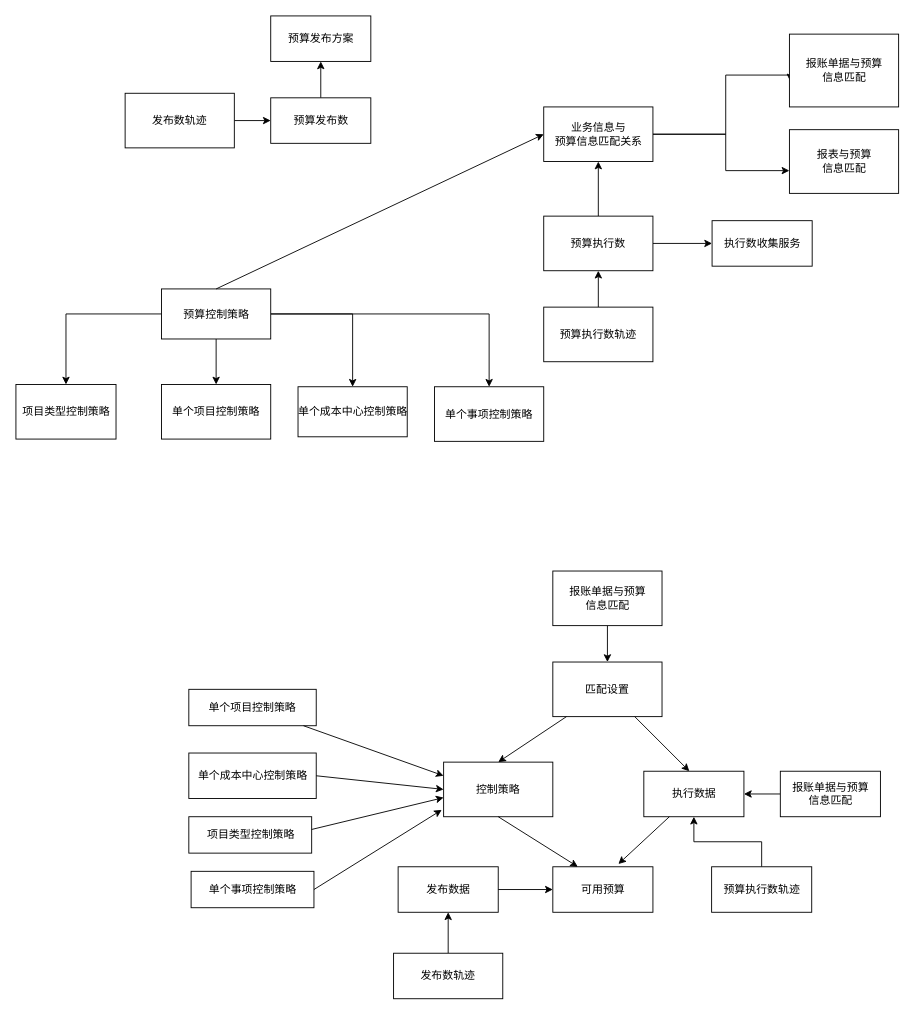
This is Untitled Diagram.drawio from jeffers3n/dev-diagrams, a draw.io file, before an edit. Source tidied: cells renumbered, new cells numbered last; positions are measured from the earlier drawing's top-left corner, leaving out a move shared by most shapes. Both pictures are drawn from the tidied source at 91%, with x=0, y=0 at pixel (15, 15).
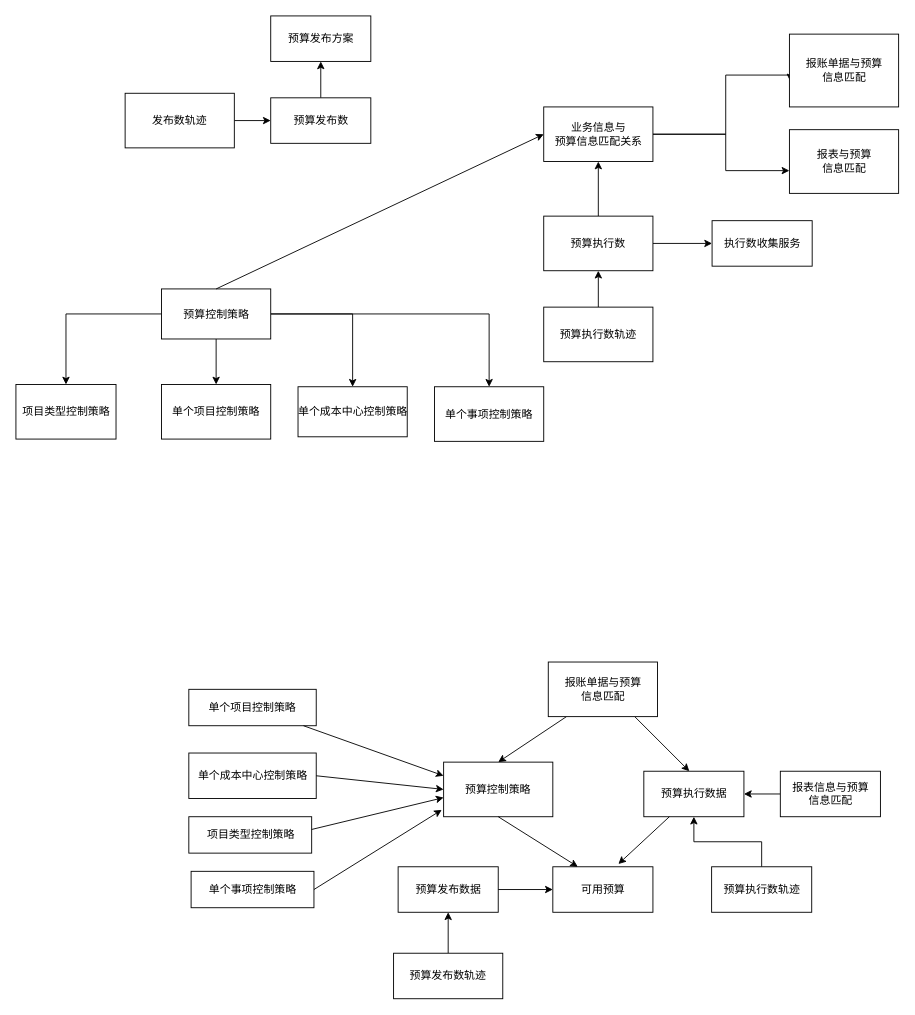
After the change.

What changed in the source:
```diff
@@
-    <mxCell id="28" value="发布数据" style="html=1;" parent="1" vertex="1">
+    <mxCell id="28" value="预算发布数据" style="html=1;" parent="1" vertex="1">
       <mxGeometry x="420" y="935" width="110" height="50" as="geometry" />
     </mxCell>
-    <mxCell id="29" value="执行数据" style="html=1;fillColor=rgb(255, 255, 255);strokeColor=rgb(0, 0, 0);fontColor=rgb(0, 0, 0);" parent="1" vertex="1">
+    <mxCell id="29" value="预算执行数据" style="html=1;fillColor=rgb(255, 255, 255);strokeColor=rgb(0, 0, 0);fontColor=rgb(0, 0, 0);" parent="1" vertex="1">
       <mxGeometry x="690" y="830" width="110" height="50" as="geometry" />
     </mxCell>
@@
-    <mxCell id="31" value="控制策略" style="whiteSpace=wrap;html=1;fillColor=rgb(255, 255, 255);strokeColor=rgb(0, 0, 0);fontColor=rgb(0, 0, 0);" parent="1" vertex="1">
+    <mxCell id="31" value="预算控制策略" style="whiteSpace=wrap;html=1;fillColor=rgb(255, 255, 255);strokeColor=rgb(0, 0, 0);fontColor=rgb(0, 0, 0);" parent="1" vertex="1">
       <mxGeometry x="470" y="820" width="120" height="60" as="geometry" />
     </mxCell>
@@
-    <mxCell id="35" value="匹配设置" style="whiteSpace=wrap;html=1;fillColor=rgb(255, 255, 255);strokeColor=rgb(0, 0, 0);fontColor=rgb(0, 0, 0);" parent="1" vertex="1">
-      <mxGeometry x="590" y="710" width="120" height="60" as="geometry" />
-    </mxCell>
-    <mxCell id="36" style="endArrow=classic;html=1;rounded=0;entryX=0.5;entryY=0;entryDx=0;entryDy=0;" parent="1" edge="1" source="35" target="31">
-      <mxGeometry relative="1" as="geometry" />
+    <mxCell id="36" style="endArrow=classic;html=1;rounded=0;entryX=0.5;entryY=0;entryDx=0;entryDy=0;" parent="1" edge="1" target="31">
+      <mxGeometry relative="1" as="geometry">
+        <mxPoint x="605" y="770" as="sourcePoint" />
+      </mxGeometry>
     </mxCell>
-    <mxCell id="37" style="endArrow=classic;html=1;rounded=0;exitX=0.75;exitY=1;exitDx=0;exitDy=0;" parent="1" edge="1" source="35">
+    <mxCell id="37" style="endArrow=classic;html=1;rounded=0;exitX=0.75;exitY=1;exitDx=0;exitDy=0;" parent="1" edge="1">
       <mxGeometry relative="1" as="geometry">
+        <mxPoint x="680" y="770" as="sourcePoint" />
         <mxPoint x="740" y="830" as="targetPoint" />
       </mxGeometry>
     </mxCell>
@@
-    <mxCell id="39" value="报账单据与预算&lt;br&gt;信息匹配" style="html=1;fillColor=rgb(255, 255, 255);strokeColor=rgb(0, 0, 0);fontColor=rgb(0, 0, 0);" parent="1" vertex="1">
+    <mxCell id="39" value="报表信息与预算&lt;br&gt;信息匹配" style="html=1;fillColor=rgb(255, 255, 255);strokeColor=rgb(0, 0, 0);fontColor=rgb(0, 0, 0);" parent="1" vertex="1">
       <mxGeometry x="840" y="830" width="110" height="50" as="geometry" />
     </mxCell>
-    <mxCell id="40" style="edgeStyle=orthogonalEdgeStyle;rounded=0;jettySize=auto;html=1;" parent="1" edge="1" source="41" target="35">
-      <mxGeometry relative="1" as="geometry" />
-    </mxCell>
     <mxCell id="41" value="报账单据与预算&lt;br&gt;信息匹配" style="html=1;" parent="1" vertex="1">
-      <mxGeometry x="590" y="610" width="120" height="60" as="geometry" />
+      <mxGeometry x="585" y="710" width="120" height="60" as="geometry" />
     </mxCell>
@@
-    <mxCell id="53" value="发布数轨迹" style="whiteSpace=wrap;html=1;fillColor=rgb(255, 255, 255);strokeColor=rgb(0, 0, 0);fontColor=rgb(0, 0, 0);" parent="1" vertex="1">
+    <mxCell id="53" value="预算发布数轨迹" style="whiteSpace=wrap;html=1;fillColor=rgb(255, 255, 255);strokeColor=rgb(0, 0, 0);fontColor=rgb(0, 0, 0);" parent="1" vertex="1">
       <mxGeometry x="415" y="1030" width="120" height="50" as="geometry" />
     </mxCell>
```
